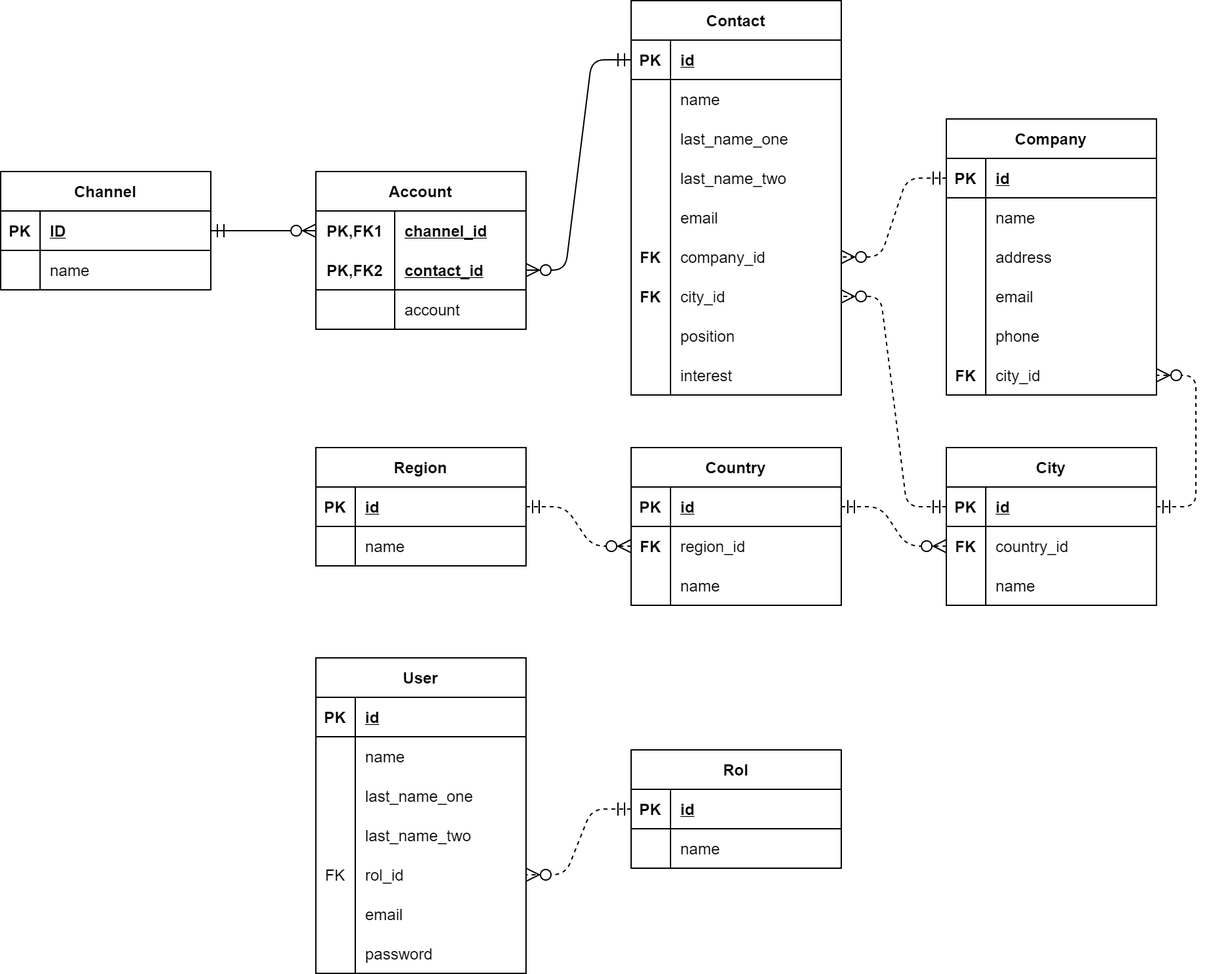
This is backend/sql/diagrams/relational_model_en.png from justanindieguy/data-warehouse, a draw.io export, as it was before one commit. Source tidied: cells renumbered, new cells last; positions are measured from the earlier drawing's top-left corner, leaving out a move shared by most shapes.
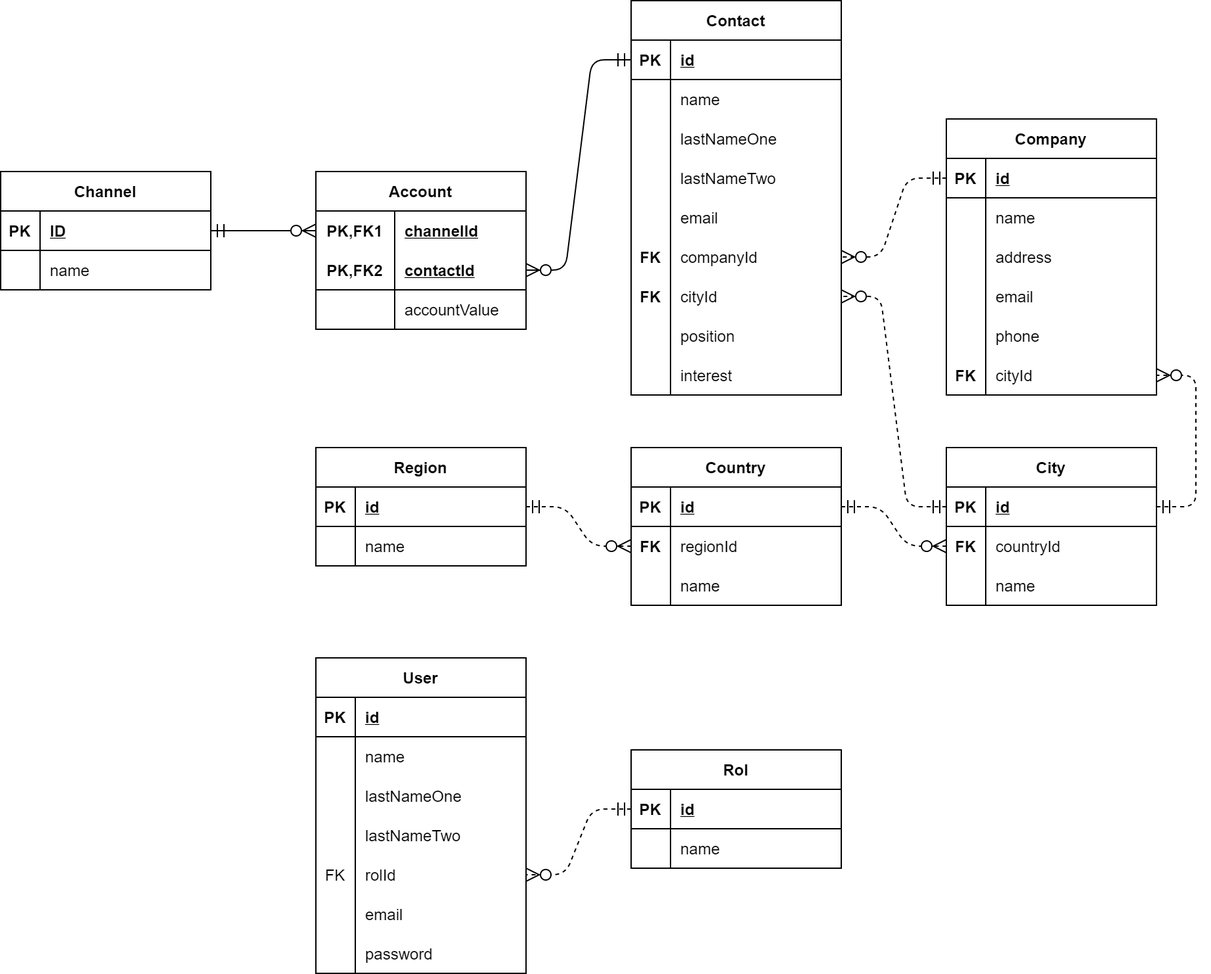
The same file after the commit.

What changed in the source:
```diff
@@ -62,7 +62,7 @@
     <mxCell id="21" value="FK" style="shape=partialRectangle;fillColor=none;top=0;left=0;bottom=0;right=0;overflow=hidden;fontStyle=1;" parent="20" vertex="1">
       <mxGeometry width="30" height="30" as="geometry" />
     </mxCell>
-    <mxCell id="22" value="region_id" style="shape=partialRectangle;fillColor=none;top=0;left=0;bottom=0;right=0;align=left;spacingLeft=6;overflow=hidden;" parent="20" vertex="1">
+    <mxCell id="22" value="regionId" style="shape=partialRectangle;fillColor=none;top=0;left=0;bottom=0;right=0;align=left;spacingLeft=6;overflow=hidden;" parent="20" vertex="1">
       <mxGeometry x="30" width="130" height="30" as="geometry" />
     </mxCell>
     <mxCell id="23" style="shape=partialRectangle;fillColor=none;top=0;left=0;bottom=0;right=0;" parent="16" vertex="1">
@@ -92,7 +92,7 @@
     <mxCell id="31" value="FK" style="shape=partialRectangle;fillColor=none;top=0;left=0;bottom=0;right=0;overflow=hidden;fontStyle=1;" parent="30" vertex="1">
       <mxGeometry width="30" height="30" as="geometry" />
     </mxCell>
-    <mxCell id="32" value="country_id" style="shape=partialRectangle;fillColor=none;top=0;left=0;bottom=0;right=0;align=left;spacingLeft=6;overflow=hidden;" parent="30" vertex="1">
+    <mxCell id="32" value="countryId" style="shape=partialRectangle;fillColor=none;top=0;left=0;bottom=0;right=0;align=left;spacingLeft=6;overflow=hidden;" parent="30" vertex="1">
       <mxGeometry x="30" width="130" height="30" as="geometry" />
     </mxCell>
     <mxCell id="33" style="shape=partialRectangle;fillColor=none;top=0;left=0;bottom=0;right=0;" parent="26" vertex="1">
@@ -158,7 +158,7 @@
     <mxCell id="53" value="FK" style="shape=partialRectangle;fillColor=none;top=0;left=0;bottom=0;right=0;overflow=hidden;fontStyle=1;" parent="52" vertex="1">
       <mxGeometry width="30" height="30" as="geometry" />
     </mxCell>
-    <mxCell id="54" value="city_id" style="shape=partialRectangle;fillColor=none;top=0;left=0;bottom=0;right=0;align=left;spacingLeft=6;overflow=hidden;" parent="52" vertex="1">
+    <mxCell id="54" value="cityId" style="shape=partialRectangle;fillColor=none;top=0;left=0;bottom=0;right=0;align=left;spacingLeft=6;overflow=hidden;" parent="52" vertex="1">
       <mxGeometry x="30" width="130" height="30" as="geometry" />
     </mxCell>
     <mxCell id="55" value="Channel" style="shape=table;startSize=30;rowLines=0;fontStyle=1;align=center;" parent="1" vertex="1">
@@ -191,7 +191,7 @@
     <mxCell id="64" value="PK,FK1" style="shape=partialRectangle;fillColor=none;top=0;left=0;bottom=0;right=0;fontStyle=1;overflow=hidden;" parent="63" vertex="1">
       <mxGeometry width="60" height="30" as="geometry" />
     </mxCell>
-    <mxCell id="65" value="channel_id" style="shape=partialRectangle;fillColor=none;top=0;left=0;bottom=0;right=0;align=left;spacingLeft=6;fontStyle=5;overflow=hidden;" parent="63" vertex="1">
+    <mxCell id="65" value="channelId" style="shape=partialRectangle;fillColor=none;top=0;left=0;bottom=0;right=0;align=left;spacingLeft=6;fontStyle=5;overflow=hidden;" parent="63" vertex="1">
       <mxGeometry x="60" width="100" height="30" as="geometry" />
     </mxCell>
     <mxCell id="66" style="shape=partialRectangle;fillColor=none;top=0;left=0;bottom=1;right=0;points=[[0,0.5],[1,0.5]];portConstraint=eastwest;" parent="62" vertex="1">
@@ -200,7 +200,7 @@
     <mxCell id="67" value="PK,FK2" style="shape=partialRectangle;fillColor=none;top=0;left=0;bottom=0;right=0;fontStyle=1;overflow=hidden;" parent="66" vertex="1">
       <mxGeometry width="60" height="30" as="geometry" />
     </mxCell>
-    <mxCell id="68" value="contact_id" style="shape=partialRectangle;fillColor=none;top=0;left=0;bottom=0;right=0;align=left;spacingLeft=6;fontStyle=5;overflow=hidden;" parent="66" vertex="1">
+    <mxCell id="68" value="contactId" style="shape=partialRectangle;fillColor=none;top=0;left=0;bottom=0;right=0;align=left;spacingLeft=6;fontStyle=5;overflow=hidden;" parent="66" vertex="1">
       <mxGeometry x="60" width="100" height="30" as="geometry" />
     </mxCell>
     <mxCell id="69" style="shape=partialRectangle;fillColor=none;top=0;left=0;bottom=0;right=0;" parent="62" vertex="1">
@@ -209,7 +209,7 @@
     <mxCell id="70" style="shape=partialRectangle;fillColor=none;top=0;left=0;bottom=0;right=0;overflow=hidden;" parent="69" vertex="1">
       <mxGeometry width="60" height="30" as="geometry" />
     </mxCell>
-    <mxCell id="71" value="account" style="shape=partialRectangle;fillColor=none;top=0;left=0;bottom=0;right=0;align=left;spacingLeft=6;overflow=hidden;" parent="69" vertex="1">
+    <mxCell id="71" value="accountValue" style="shape=partialRectangle;fillColor=none;top=0;left=0;bottom=0;right=0;align=left;spacingLeft=6;overflow=hidden;" parent="69" vertex="1">
       <mxGeometry x="60" width="100" height="30" as="geometry" />
     </mxCell>
     <mxCell id="72" value="Rol" style="shape=table;startSize=30;rowLines=0;fontStyle=1;align=center;" parent="1" vertex="1">
@@ -263,7 +263,7 @@
     <mxCell id="88" style="shape=partialRectangle;fillColor=none;top=0;left=0;bottom=0;right=0;overflow=hidden;" parent="87" vertex="1">
       <mxGeometry width="30" height="30" as="geometry" />
     </mxCell>
-    <mxCell id="89" value="last_name_one" style="shape=partialRectangle;fillColor=none;top=0;left=0;bottom=0;right=0;align=left;spacingLeft=6;overflow=hidden;" parent="87" vertex="1">
+    <mxCell id="89" value="lastNameOne" style="shape=partialRectangle;fillColor=none;top=0;left=0;bottom=0;right=0;align=left;spacingLeft=6;overflow=hidden;" parent="87" vertex="1">
       <mxGeometry x="30" width="130" height="30" as="geometry" />
     </mxCell>
     <mxCell id="90" style="shape=partialRectangle;fillColor=none;top=0;left=0;bottom=0;right=0;" parent="80" vertex="1">
@@ -272,7 +272,7 @@
     <mxCell id="91" style="shape=partialRectangle;fillColor=none;top=0;left=0;bottom=0;right=0;overflow=hidden;" parent="90" vertex="1">
       <mxGeometry width="30" height="30" as="geometry" />
     </mxCell>
-    <mxCell id="92" value="last_name_two" style="shape=partialRectangle;fillColor=none;top=0;left=0;bottom=0;right=0;align=left;spacingLeft=6;overflow=hidden;" parent="90" vertex="1">
+    <mxCell id="92" value="lastNameTwo" style="shape=partialRectangle;fillColor=none;top=0;left=0;bottom=0;right=0;align=left;spacingLeft=6;overflow=hidden;" parent="90" vertex="1">
       <mxGeometry x="30" width="130" height="30" as="geometry" />
     </mxCell>
     <mxCell id="93" style="shape=partialRectangle;fillColor=none;top=0;left=0;bottom=0;right=0;" parent="80" vertex="1">
@@ -290,7 +290,7 @@
     <mxCell id="97" value="FK" style="shape=partialRectangle;fillColor=none;top=0;left=0;bottom=0;right=0;overflow=hidden;fontStyle=1;" parent="96" vertex="1">
       <mxGeometry width="30" height="30" as="geometry" />
     </mxCell>
-    <mxCell id="98" value="company_id" style="shape=partialRectangle;fillColor=none;top=0;left=0;bottom=0;right=0;align=left;spacingLeft=6;overflow=hidden;" parent="96" vertex="1">
+    <mxCell id="98" value="companyId" style="shape=partialRectangle;fillColor=none;top=0;left=0;bottom=0;right=0;align=left;spacingLeft=6;overflow=hidden;" parent="96" vertex="1">
       <mxGeometry x="30" width="130" height="30" as="geometry" />
     </mxCell>
     <mxCell id="99" style="shape=partialRectangle;fillColor=none;top=0;left=0;bottom=0;right=0;points=[[0,0.5],[1,0.5]];portConstraint=eastwest;" parent="80" vertex="1">
@@ -299,7 +299,7 @@
     <mxCell id="100" value="FK" style="shape=partialRectangle;fillColor=none;top=0;left=0;bottom=0;right=0;overflow=hidden;fontStyle=1;" parent="99" vertex="1">
       <mxGeometry width="30" height="30" as="geometry" />
     </mxCell>
-    <mxCell id="101" value="city_id" style="shape=partialRectangle;fillColor=none;top=0;left=0;bottom=0;right=0;align=left;spacingLeft=6;overflow=hidden;" parent="99" vertex="1">
+    <mxCell id="101" value="cityId" style="shape=partialRectangle;fillColor=none;top=0;left=0;bottom=0;right=0;align=left;spacingLeft=6;overflow=hidden;" parent="99" vertex="1">
       <mxGeometry x="30" width="130" height="30" as="geometry" />
     </mxCell>
     <mxCell id="102" style="shape=partialRectangle;fillColor=none;top=0;left=0;bottom=0;right=0;" parent="80" vertex="1">
@@ -347,7 +347,7 @@
     <mxCell id="116" style="shape=partialRectangle;fillColor=none;top=0;left=0;bottom=0;right=0;overflow=hidden;" parent="115" vertex="1">
       <mxGeometry width="30" height="30" as="geometry" />
     </mxCell>
-    <mxCell id="117" value="last_name_one" style="shape=partialRectangle;fillColor=none;top=0;left=0;bottom=0;right=0;align=left;spacingLeft=6;overflow=hidden;" parent="115" vertex="1">
+    <mxCell id="117" value="lastNameOne" style="shape=partialRectangle;fillColor=none;top=0;left=0;bottom=0;right=0;align=left;spacingLeft=6;overflow=hidden;" parent="115" vertex="1">
       <mxGeometry x="30" width="130" height="30" as="geometry" />
     </mxCell>
     <mxCell id="118" style="shape=partialRectangle;fillColor=none;top=0;left=0;bottom=0;right=0;" parent="108" vertex="1">
@@ -356,7 +356,7 @@
     <mxCell id="119" style="shape=partialRectangle;fillColor=none;top=0;left=0;bottom=0;right=0;overflow=hidden;" parent="118" vertex="1">
       <mxGeometry width="30" height="30" as="geometry" />
     </mxCell>
-    <mxCell id="120" value="last_name_two" style="shape=partialRectangle;fillColor=none;top=0;left=0;bottom=0;right=0;align=left;spacingLeft=6;overflow=hidden;" parent="118" vertex="1">
+    <mxCell id="120" value="lastNameTwo" style="shape=partialRectangle;fillColor=none;top=0;left=0;bottom=0;right=0;align=left;spacingLeft=6;overflow=hidden;" parent="118" vertex="1">
       <mxGeometry x="30" width="130" height="30" as="geometry" />
     </mxCell>
     <mxCell id="121" style="shape=partialRectangle;fillColor=none;top=0;left=0;bottom=0;right=0;points=[[0,0.5],[1,0.5]];portConstraint=eastwest;" parent="108" vertex="1">
@@ -365,7 +365,7 @@
     <mxCell id="122" value="FK" style="shape=partialRectangle;fillColor=none;top=0;left=0;bottom=0;right=0;overflow=hidden;" parent="121" vertex="1">
       <mxGeometry width="30" height="30" as="geometry" />
     </mxCell>
-    <mxCell id="123" value="rol_id" style="shape=partialRectangle;fillColor=none;top=0;left=0;bottom=0;right=0;align=left;spacingLeft=6;overflow=hidden;" parent="121" vertex="1">
+    <mxCell id="123" value="rolId" style="shape=partialRectangle;fillColor=none;top=0;left=0;bottom=0;right=0;align=left;spacingLeft=6;overflow=hidden;" parent="121" vertex="1">
       <mxGeometry x="30" width="130" height="30" as="geometry" />
     </mxCell>
     <mxCell id="124" style="shape=partialRectangle;fillColor=none;top=0;left=0;bottom=0;right=0;" parent="108" vertex="1">
```
